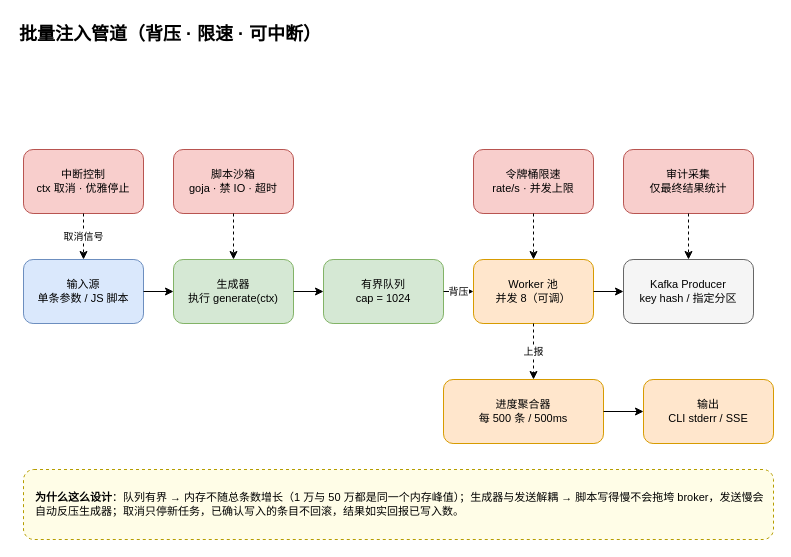
Before: page "4-注入管道与背压" (4 of 5) of docs/figures/kafka-pilot-架构图.drawio in shinerio/kafka-copilot, a draw.io diagram. Source tidied: cells renumbered, new cells numbered last; positions are measured from the earlier drawing's top-left corner, leaving out a move shared by most shapes. Both pictures are drawn from the tidied source at 100%, with x=0, y=0 at pixel (17, 17).
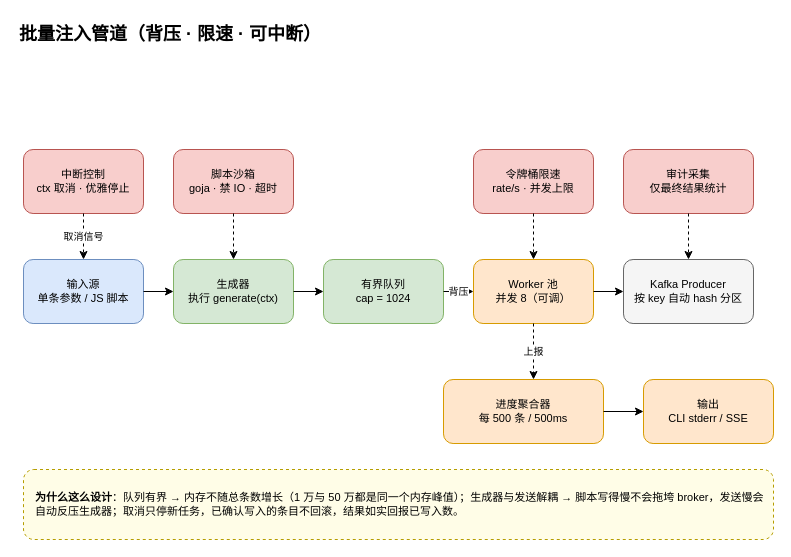
Above is the later version.

The edit, as a diff of the source:
```diff
@@
-    <mxCell id="7" value="Kafka Producer&lt;br&gt;key hash / 指定分区" style="rounded=1;fillColor=#f5f5f5;strokeColor=#666666;fontSize=11;whiteSpace=wrap;html=1;" parent="1" vertex="1">
+    <mxCell id="7" value="Kafka Producer&lt;br&gt;按 key 自动 hash 分区" style="rounded=1;fillColor=#f5f5f5;strokeColor=#666666;fontSize=11;whiteSpace=wrap;html=1;" parent="1" vertex="1">
       <mxGeometry x="606" y="242" width="130" height="64" as="geometry" />
     </mxCell>
```
